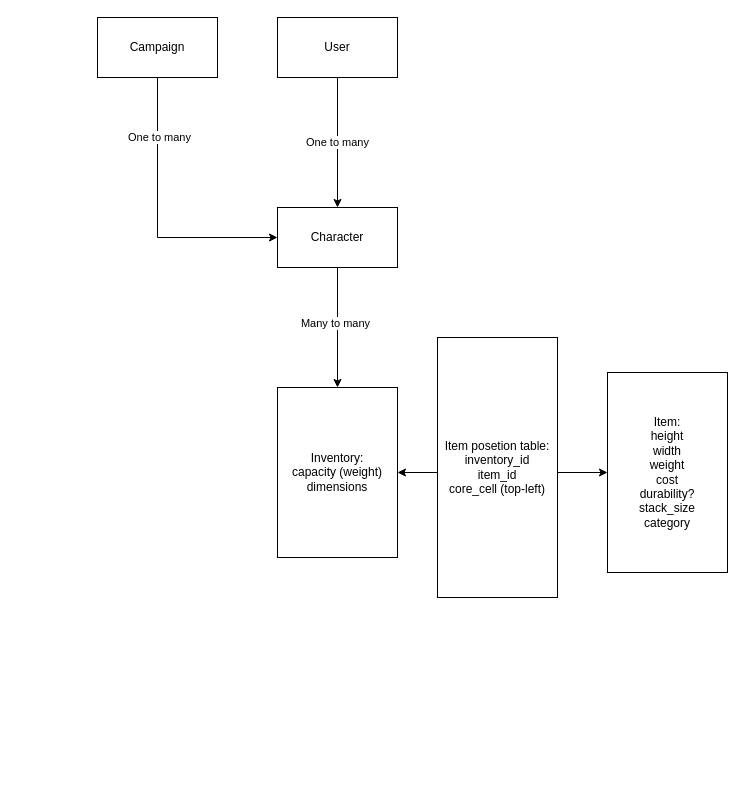
The draw.io diagram Untitled Diagram.drawio in Malamud-A/DnDPocket, before the edit. Source tidied: cells renumbered, new cells numbered last; positions are measured from the earlier drawing's top-left corner, leaving out a move shared by most shapes. Both pictures are drawn from the tidied source at 100%, with x=0, y=0 at pixel (97, 17).
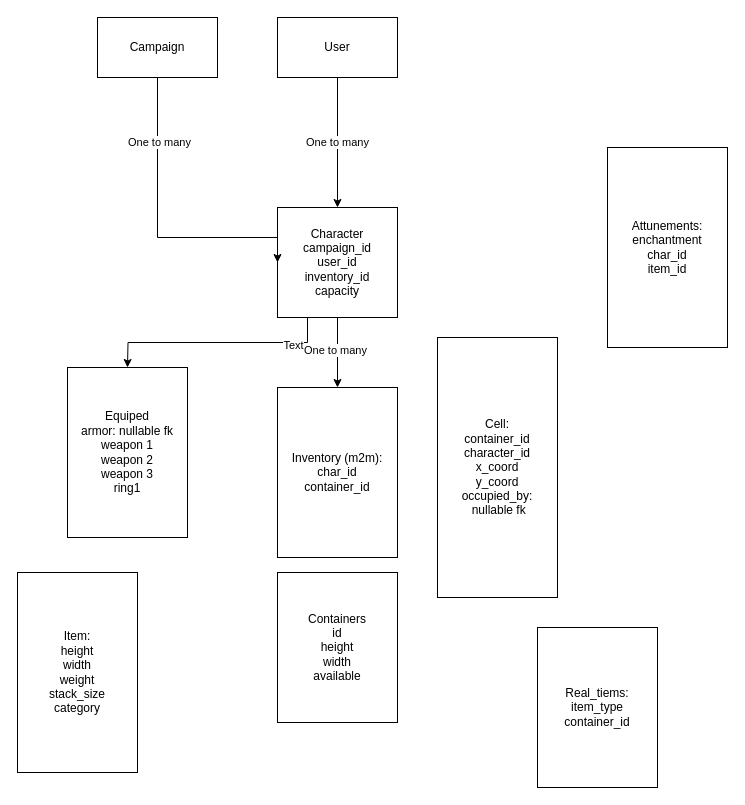
The same diagram, later.

The change refers to these unchanged cells:
```xml
<mxCell id="4" style="edgeStyle=orthogonalEdgeStyle;rounded=0;jettySize=auto;html=1;" parent="1" edge="1" source="6" target="8">
  <mxGeometry relative="1" as="geometry" />
</mxCell>
```

What changed in the source:
```diff
@@
-    <mxCell id="5" value="Many to many" style="edgeLabel;html=1;align=center;verticalAlign=middle;" parent="4" vertex="1">
+    <mxCell id="5" value="One to many" style="edgeLabel;html=1;align=center;verticalAlign=middle;" parent="4" vertex="1">
       <mxGeometry x="-0.09" y="-3" relative="1" as="geometry" />
     </mxCell>
+    <mxCell id="14" style="edgeStyle=orthogonalEdgeStyle;rounded=0;jettySize=auto;html=1;exitX=0.25;exitY=1;exitDx=0;exitDy=0;startArrow=none;startFill=0;endArrow=classic;endFill=1;" parent="1" edge="1" source="6">
+      <mxGeometry relative="1" as="geometry">
+        <mxPoint x="30" y="350" as="targetPoint" />
+      </mxGeometry>
+    </mxCell>
+    <mxCell id="15" value="Text" style="edgeLabel;html=1;align=center;verticalAlign=middle;" parent="14" vertex="1">
+      <mxGeometry x="-0.64" y="2" relative="1" as="geometry">
+        <mxPoint x="1" as="offset" />
+      </mxGeometry>
+    </mxCell>
-    <mxCell id="6" value="Character" style="rounded=0;whiteSpace=wrap;html=1;" parent="1" vertex="1">
-      <mxGeometry x="180" y="190" width="120" height="60" as="geometry" />
+    <mxCell id="6" value="Character&lt;br&gt;campaign_id&lt;br&gt;user_id&lt;br&gt;inventory_id&lt;br&gt;capacity" style="rounded=0;whiteSpace=wrap;html=1;" parent="1" vertex="1">
+      <mxGeometry x="180" y="190" width="120" height="110" as="geometry" />
     </mxCell>
-    <mxCell id="7" style="edgeStyle=orthogonalEdgeStyle;rounded=0;jettySize=auto;html=1;entryX=0;entryY=0.5;entryDx=0;entryDy=0;endArrow=classic;endFill=1;startArrow=classic;startFill=1;" parent="1" edge="1" source="8" target="12">
-      <mxGeometry relative="1" as="geometry" />
-    </mxCell>
-    <mxCell id="8" value="Inventory:&lt;br&gt;capacity (weight)&lt;br&gt;dimensions" style="whiteSpace=wrap;html=1;rounded=0;" parent="1" vertex="1">
+    <mxCell id="8" value="Inventory (m2m):&lt;br&gt;char_id&lt;br&gt;container_id" style="whiteSpace=wrap;html=1;rounded=0;" parent="1" vertex="1">
       <mxGeometry x="180" y="370" width="120" height="170" as="geometry" />
     </mxCell>
@@
-    <mxCell id="12" value="Item:&lt;br&gt;height&lt;br&gt;width&lt;br&gt;weight&lt;br&gt;cost&lt;br&gt;durability?&lt;br&gt;stack_size&lt;br&gt;category" style="rounded=0;whiteSpace=wrap;html=1;" parent="1" vertex="1">
-      <mxGeometry x="510" y="355" width="120" height="200" as="geometry" />
+    <mxCell id="12" value="Item:&lt;br&gt;height&lt;br&gt;width&lt;br&gt;weight&lt;br&gt;stack_size&lt;br&gt;category" style="rounded=0;whiteSpace=wrap;html=1;" parent="1" vertex="1">
+      <mxGeometry x="-80" y="555" width="120" height="200" as="geometry" />
     </mxCell>
-    <mxCell id="13" value="Item posetion table:&lt;br&gt;inventory_id&lt;br&gt;item_id&lt;br&gt;core_cell (top-left)" style="rounded=0;whiteSpace=wrap;html=1;" parent="1" vertex="1">
+    <mxCell id="13" value="Cell:&lt;br&gt;container_id&lt;br&gt;character_id&lt;br&gt;x_coord&lt;br&gt;y_coord&lt;br&gt;occupied_by:&lt;br&gt;&amp;nbsp;nullable fk" style="rounded=0;whiteSpace=wrap;html=1;" parent="1" vertex="1">
       <mxGeometry x="340" y="320" width="120" height="260" as="geometry" />
     </mxCell>
+    <mxCell id="16" value="Equiped&lt;br&gt;armor: nullable fk&lt;br&gt;weapon 1&lt;br&gt;weapon 2&lt;br&gt;weapon 3&lt;br&gt;ring1" style="whiteSpace=wrap;html=1;rounded=0;" parent="1" vertex="1">
+      <mxGeometry x="-30" y="350" width="120" height="170" as="geometry" />
+    </mxCell>
+    <mxCell id="17" value="Containers&lt;br&gt;id&lt;br&gt;height&lt;br&gt;width&lt;br&gt;available" style="rounded=0;whiteSpace=wrap;html=1;" parent="1" vertex="1">
+      <mxGeometry x="180" y="555" width="120" height="150" as="geometry" />
+    </mxCell>
+    <mxCell id="18" value="Attunements:&lt;br&gt;enchantment&lt;br&gt;char_id&lt;br&gt;item_id" style="rounded=0;whiteSpace=wrap;html=1;" parent="1" vertex="1">
+      <mxGeometry x="510" y="130" width="120" height="200" as="geometry" />
+    </mxCell>
+    <mxCell id="19" value="Real_tiems:&lt;br&gt;item_type&lt;br&gt;container_id" style="whiteSpace=wrap;html=1;" parent="1" vertex="1">
+      <mxGeometry x="440" y="610" width="120" height="160" as="geometry" />
+    </mxCell>
```
